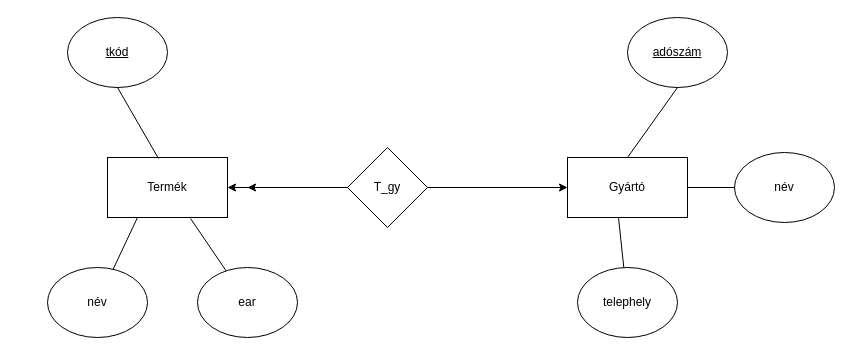
Earlier version of the draw.io diagram page "1 oldal" (1 of 2) of EZ3YRC_0927/Forrásfájlok/3.gyak.drawio (Ddavid111/EZ3YRC_DB1Gyak). Source tidied: cells renumbered, new cells numbered last; positions are measured from the earlier drawing's top-left corner, leaving out a move shared by most shapes. Both pictures are drawn from the tidied source at 100%, with x=0, y=0 at pixel (47, 17).
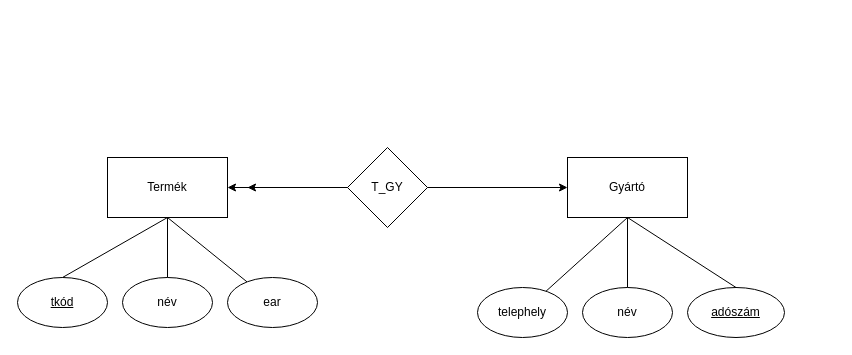
Above is the later version.

Unchanged cells that the change refers to:
```xml
<mxCell id="2" value="Termék" style="rounded=0;whiteSpace=wrap;html=1;" parent="1" vertex="1">
  <mxGeometry x="60" y="140" width="120" height="60" as="geometry" />
</mxCell>
<mxCell id="4" value="Gyártó" style="rounded=0;whiteSpace=wrap;html=1;" parent="1" vertex="1">
  <mxGeometry x="520" y="140" width="120" height="60" as="geometry" />
</mxCell>
```

The edit, as a diff of the source:
```diff
@@
-    <mxCell id="3" value="T_gy" style="rhombus;whiteSpace=wrap;html=1;" parent="1" vertex="1">
+    <mxCell id="3" value="T_GY" style="rhombus;whiteSpace=wrap;html=1;" parent="1" vertex="1">
       <mxGeometry x="300" y="130" width="80" height="80" as="geometry" />
     </mxCell>
@@
     <mxCell id="5" value="&lt;u&gt;tkód&lt;/u&gt;" style="ellipse;whiteSpace=wrap;html=1;" parent="1" vertex="1">
-      <mxGeometry x="20" width="100" height="70" as="geometry" />
+      <mxGeometry x="-30" y="260" width="90" height="50" as="geometry" />
     </mxCell>
     <mxCell id="6" value="név" style="ellipse;whiteSpace=wrap;html=1;" parent="1" vertex="1">
-      <mxGeometry y="250" width="100" height="70" as="geometry" />
+      <mxGeometry x="75" y="260" width="90" height="50" as="geometry" />
     </mxCell>
     <mxCell id="7" value="ear" style="ellipse;whiteSpace=wrap;html=1;" parent="1" vertex="1">
-      <mxGeometry x="150" y="250" width="100" height="70" as="geometry" />
+      <mxGeometry x="180" y="260" width="90" height="50" as="geometry" />
     </mxCell>
     <mxCell id="8" value="&lt;u&gt;adószám&lt;/u&gt;" style="ellipse;whiteSpace=wrap;html=1;" parent="1" vertex="1">
-      <mxGeometry x="580" width="100" height="70" as="geometry" />
+      <mxGeometry x="640" y="270" width="97" height="50" as="geometry" />
     </mxCell>
     <mxCell id="9" value="telephely" style="ellipse;whiteSpace=wrap;html=1;" parent="1" vertex="1">
-      <mxGeometry x="530" y="250" width="100" height="70" as="geometry" />
+      <mxGeometry x="430" y="270" width="90" height="50" as="geometry" />
     </mxCell>
     <mxCell id="10" value="név" style="ellipse;whiteSpace=wrap;html=1;" parent="1" vertex="1">
-      <mxGeometry x="687" y="135" width="100" height="70" as="geometry" />
+      <mxGeometry x="535" y="270" width="90" height="50" as="geometry" />
     </mxCell>
-    <mxCell id="11" style="endArrow=none;html=1;rounded=0;entryX=0.5;entryY=1;entryDx=0;entryDy=0;exitX=0.425;exitY=0.017;exitDx=0;exitDy=0;exitPerimeter=0;" parent="1" edge="1" source="2" target="5">
+    <mxCell id="11" style="endArrow=none;html=1;rounded=0;entryX=0.5;entryY=0;entryDx=0;entryDy=0;exitX=0.5;exitY=1;exitDx=0;exitDy=0;" parent="1" edge="1" source="2" target="5">
       <mxGeometry relative="1" as="geometry" />
     </mxCell>
-    <mxCell id="12" style="endArrow=none;html=1;rounded=0;entryX=0.25;entryY=1;entryDx=0;entryDy=0;" parent="1" edge="1" source="6" target="2">
-      <mxGeometry relative="1" as="geometry" />
-    </mxCell>
-    <mxCell id="13" style="endArrow=none;html=1;rounded=0;entryX=0.692;entryY=1.017;entryDx=0;entryDy=0;entryPerimeter=0;" parent="1" edge="1" source="7" target="2">
+    <mxCell id="13" style="endArrow=none;html=1;rounded=0;entryX=0.5;entryY=1;entryDx=0;entryDy=0;" parent="1" edge="1" source="7" target="2">
       <mxGeometry relative="1" as="geometry" />
     </mxCell>
-    <mxCell id="14" style="endArrow=none;html=1;rounded=0;entryX=0.425;entryY=1;entryDx=0;entryDy=0;entryPerimeter=0;" parent="1" edge="1" source="9" target="4">
+    <mxCell id="14" style="endArrow=none;html=1;rounded=0;entryX=0.5;entryY=1;entryDx=0;entryDy=0;" parent="1" edge="1" source="9" target="4">
       <mxGeometry relative="1" as="geometry" />
     </mxCell>
-    <mxCell id="15" style="endArrow=none;html=1;rounded=0;entryX=1;entryY=0.5;entryDx=0;entryDy=0;exitX=0;exitY=0.5;exitDx=0;exitDy=0;" parent="1" edge="1" source="10" target="4">
-      <mxGeometry relative="1" as="geometry" />
-    </mxCell>
-    <mxCell id="16" style="endArrow=none;html=1;rounded=0;entryX=0.5;entryY=1;entryDx=0;entryDy=0;exitX=0.5;exitY=0;exitDx=0;exitDy=0;" parent="1" edge="1" source="4" target="8">
-      <mxGeometry relative="1" as="geometry" />
-    </mxCell>
@@
+    <mxCell id="12" style="endArrow=none;html=1;rounded=0;entryX=0.5;entryY=1;entryDx=0;entryDy=0;exitX=0.5;exitY=0;exitDx=0;exitDy=0;entryPerimeter=0;" parent="1" edge="1" source="6" target="2">
+      <mxGeometry relative="1" as="geometry" />
+    </mxCell>
+    <mxCell id="20" style="endArrow=none;html=1;rounded=0;entryX=0.5;entryY=1;entryDx=0;entryDy=0;exitX=0.5;exitY=0;exitDx=0;exitDy=0;" parent="1" edge="1" source="8" target="4">
+      <mxGeometry relative="1" as="geometry" />
+    </mxCell>
+    <mxCell id="15" style="endArrow=none;html=1;rounded=0;entryX=0.5;entryY=1;entryDx=0;entryDy=0;exitX=0.5;exitY=0;exitDx=0;exitDy=0;" parent="1" edge="1" source="10" target="4">
+      <mxGeometry relative="1" as="geometry" />
+    </mxCell>
```
